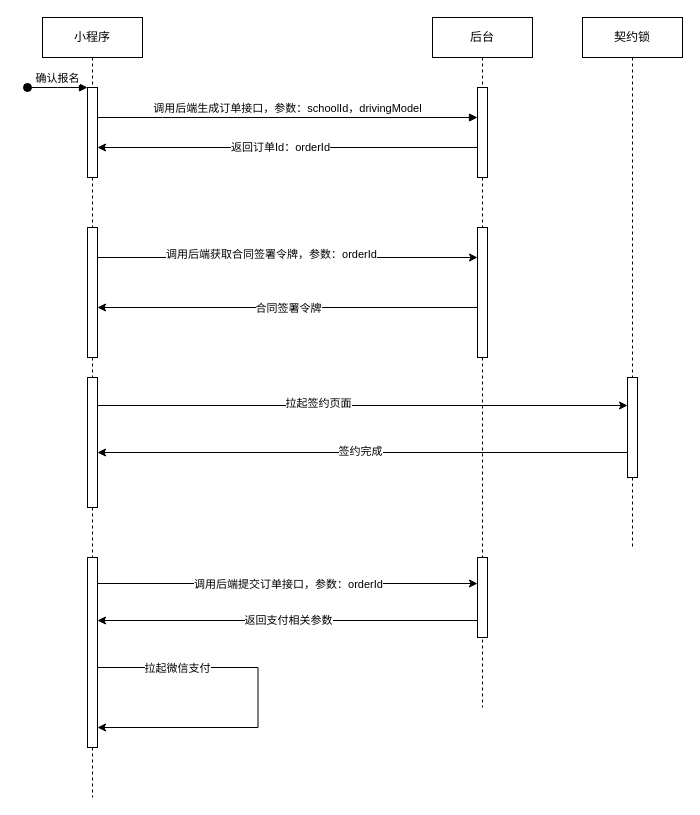
Above: 小程序端支付流程.drawio in ghappier/draw (draw.io), before the change. Source tidied: cells renumbered, new cells numbered last; positions are measured from the earlier drawing's top-left corner, leaving out a move shared by most shapes. Both pictures are drawn from the tidied source at 100%, with x=0, y=0 at pixel (27, 17).
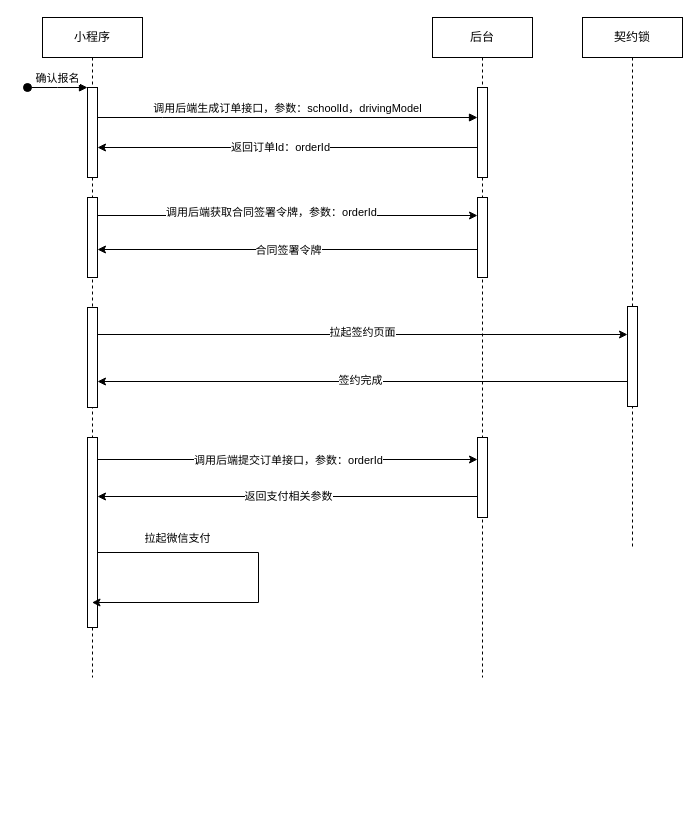
The same diagram, later.

Commit message (it also covers changes not shown here):
更新小程序端支付流程.drawio

The change refers to these unchanged cells:
```xml
<mxCell id="14" value="契约锁" style="shape=umlLifeline;perimeter=lifelinePerimeter;whiteSpace=wrap;html=1;newEdgeStyle={&quot;edgeStyle&quot;:&quot;elbowEdgeStyle&quot;,&quot;elbow&quot;:&quot;vertical&quot;,&quot;curved&quot;:0,&quot;rounded&quot;:0};" parent="1" vertex="1">
  <mxGeometry x="555" width="100" height="530" as="geometry" />
</mxCell>
```

What changed in the source:
```diff
@@
     <mxCell id="2" value="小程序" style="shape=umlLifeline;perimeter=lifelinePerimeter;whiteSpace=wrap;html=1;newEdgeStyle={&quot;edgeStyle&quot;:&quot;elbowEdgeStyle&quot;,&quot;elbow&quot;:&quot;vertical&quot;,&quot;curved&quot;:0,&quot;rounded&quot;:0};" parent="1" vertex="1">
-      <mxGeometry x="15" width="100" height="780" as="geometry" />
+      <mxGeometry x="15" width="100" height="660" as="geometry" />
     </mxCell>
@@
     <mxCell id="5" style="html=1;perimeter=orthogonalPerimeter;targetShapes=umlLifeline;newEdgeStyle={&quot;edgeStyle&quot;:&quot;elbowEdgeStyle&quot;,&quot;elbow&quot;:&quot;vertical&quot;,&quot;curved&quot;:0,&quot;rounded&quot;:0};" parent="2" vertex="1">
-      <mxGeometry x="45" y="360" width="10" height="130" as="geometry" />
+      <mxGeometry x="45" y="290" width="10" height="100" as="geometry" />
     </mxCell>
+    <mxCell id="16" style="html=1;perimeter=orthogonalPerimeter;targetShapes=umlLifeline;newEdgeStyle={&quot;edgeStyle&quot;:&quot;elbowEdgeStyle&quot;,&quot;elbow&quot;:&quot;vertical&quot;,&quot;curved&quot;:0,&quot;rounded&quot;:0};" parent="2" vertex="1">
+      <mxGeometry x="45" y="180" width="10" height="80" as="geometry" />
+    </mxCell>
     <mxCell id="6" value="后台" style="shape=umlLifeline;perimeter=lifelinePerimeter;whiteSpace=wrap;html=1;newEdgeStyle={&quot;edgeStyle&quot;:&quot;elbowEdgeStyle&quot;,&quot;elbow&quot;:&quot;vertical&quot;,&quot;curved&quot;:0,&quot;rounded&quot;:0};" parent="1" vertex="1">
-      <mxGeometry x="405" width="100" height="690" as="geometry" />
+      <mxGeometry x="405" width="100" height="660" as="geometry" />
     </mxCell>
@@
     <mxCell id="8" style="html=1;perimeter=orthogonalPerimeter;targetShapes=umlLifeline;newEdgeStyle={&quot;edgeStyle&quot;:&quot;elbowEdgeStyle&quot;,&quot;elbow&quot;:&quot;vertical&quot;,&quot;curved&quot;:0,&quot;rounded&quot;:0};" parent="6" vertex="1">
-      <mxGeometry x="45" y="540" width="10" height="80" as="geometry" />
+      <mxGeometry x="45" y="420" width="10" height="80" as="geometry" />
     </mxCell>
+    <mxCell id="17" style="html=1;perimeter=orthogonalPerimeter;targetShapes=umlLifeline;newEdgeStyle={&quot;edgeStyle&quot;:&quot;elbowEdgeStyle&quot;,&quot;elbow&quot;:&quot;vertical&quot;,&quot;curved&quot;:0,&quot;rounded&quot;:0};" parent="6" vertex="1">
+      <mxGeometry x="45" y="180" width="10" height="80" as="geometry" />
+    </mxCell>
@@
     <mxCell id="12" style="endArrow=classic;html=1;rounded=0;" parent="1" edge="1">
       <mxGeometry relative="1" as="geometry">
-        <mxPoint x="70" y="240" as="sourcePoint" />
-        <mxPoint x="450" y="240" as="targetPoint" />
+        <mxPoint x="70" y="198" as="sourcePoint" />
+        <mxPoint x="450" y="198" as="targetPoint" />
       </mxGeometry>
     </mxCell>
@@
     <mxCell id="15" style="html=1;points=[];perimeter=orthogonalPerimeter;outlineConnect=0;targetShapes=umlLifeline;portConstraint=eastwest;newEdgeStyle={&quot;edgeStyle&quot;:&quot;elbowEdgeStyle&quot;,&quot;elbow&quot;:&quot;vertical&quot;,&quot;curved&quot;:0,&quot;rounded&quot;:0};" parent="14" vertex="1">
-      <mxGeometry x="45" y="360" width="10" height="100" as="geometry" />
+      <mxGeometry x="45" y="289" width="10" height="100" as="geometry" />
     </mxCell>
-    <mxCell id="16" style="html=1;perimeter=orthogonalPerimeter;targetShapes=umlLifeline;newEdgeStyle={&quot;edgeStyle&quot;:&quot;elbowEdgeStyle&quot;,&quot;elbow&quot;:&quot;vertical&quot;,&quot;curved&quot;:0,&quot;rounded&quot;:0};" parent="1" vertex="1">
-      <mxGeometry x="60" y="210" width="10" height="130" as="geometry" />
-    </mxCell>
-    <mxCell id="17" style="html=1;perimeter=orthogonalPerimeter;targetShapes=umlLifeline;newEdgeStyle={&quot;edgeStyle&quot;:&quot;elbowEdgeStyle&quot;,&quot;elbow&quot;:&quot;vertical&quot;,&quot;curved&quot;:0,&quot;rounded&quot;:0};" parent="1" vertex="1">
-      <mxGeometry x="450" y="210" width="10" height="130" as="geometry" />
-    </mxCell>
     <mxCell id="18" style="endArrow=classic;html=1;rounded=0;" parent="1" edge="1">
       <mxGeometry relative="1" as="geometry">
-        <mxPoint x="450" y="290" as="sourcePoint" />
-        <mxPoint x="70" y="290" as="targetPoint" />
+        <mxPoint x="450" y="232" as="sourcePoint" />
+        <mxPoint x="70" y="232" as="targetPoint" />
       </mxGeometry>
     </mxCell>
@@
-    <mxCell id="20" style="endArrow=classic;html=1;rounded=0;" parent="1" edge="1" target="15">
+    <mxCell id="20" style="endArrow=classic;html=1;rounded=0;" parent="1" edge="1">
       <mxGeometry relative="1" as="geometry">
-        <mxPoint x="70" y="388" as="sourcePoint" />
+        <mxPoint x="70" y="317" as="sourcePoint" />
+        <mxPoint x="600" y="317" as="targetPoint" />
       </mxGeometry>
     </mxCell>
     <mxCell id="21" value="拉起签约页面" style="edgeLabel;html=1;align=center;verticalAlign=middle;" parent="20" vertex="1">
-      <mxGeometry x="-0.17" y="3" relative="1" as="geometry" />
+      <mxGeometry x="-0.17" y="3" relative="1" as="geometry">
+        <mxPoint x="44" as="offset" />
+      </mxGeometry>
     </mxCell>
     <mxCell id="22" style="endArrow=classic;html=1;rounded=0;" parent="1" edge="1">
       <mxGeometry relative="1" as="geometry">
-        <mxPoint x="600" y="435" as="sourcePoint" />
-        <mxPoint x="70" y="435" as="targetPoint" />
+        <mxPoint x="600" y="364" as="sourcePoint" />
+        <mxPoint x="70" y="364" as="targetPoint" />
       </mxGeometry>
     </mxCell>
@@
     <mxCell id="24" style="html=1;points=[];perimeter=orthogonalPerimeter;outlineConnect=0;targetShapes=umlLifeline;portConstraint=eastwest;newEdgeStyle={&quot;edgeStyle&quot;:&quot;elbowEdgeStyle&quot;,&quot;elbow&quot;:&quot;vertical&quot;,&quot;curved&quot;:0,&quot;rounded&quot;:0};" parent="1" vertex="1">
-      <mxGeometry x="60" y="540" width="10" height="190" as="geometry" />
+      <mxGeometry x="60" y="420" width="10" height="190" as="geometry" />
     </mxCell>
     <mxCell id="25" style="endArrow=classic;html=1;rounded=0;" parent="1" edge="1">
       <mxGeometry relative="1" as="geometry">
-        <mxPoint x="70" y="566" as="sourcePoint" />
-        <mxPoint x="450" y="566" as="targetPoint" />
+        <mxPoint x="70" y="442" as="sourcePoint" />
+        <mxPoint x="450" y="442" as="targetPoint" />
       </mxGeometry>
     </mxCell>
@@
     <mxCell id="27" style="endArrow=classic;html=1;rounded=0;" parent="1" edge="1">
       <mxGeometry relative="1" as="geometry">
-        <mxPoint x="450" y="603" as="sourcePoint" />
-        <mxPoint x="70" y="603" as="targetPoint" />
+        <mxPoint x="450" y="479" as="sourcePoint" />
+        <mxPoint x="70" y="479" as="targetPoint" />
       </mxGeometry>
     </mxCell>
@@
-    <mxCell id="29" style="endArrow=classic;html=1;rounded=0;exitX=1;exitY=0.579;exitDx=0;exitDy=0;exitPerimeter=0;" parent="1" edge="1" source="24">
+    <mxCell id="29" style="endArrow=classic;html=1;rounded=0;exitX=1;exitY=0.579;exitDx=0;exitDy=0;exitPerimeter=0;" parent="1" edge="1">
       <mxGeometry relative="1" as="geometry">
-        <mxPoint x="70" y="710" as="targetPoint" />
+        <mxPoint x="70" y="535" as="sourcePoint" />
+        <mxPoint x="64.5" y="585" as="targetPoint" />
         <Array as="points">
-          <mxPoint x="230.5" y="650" />
-          <mxPoint x="230.5" y="710" />
+          <mxPoint x="231" y="535" />
+          <mxPoint x="231" y="585" />
         </Array>
       </mxGeometry>
     </mxCell>
     <mxCell id="30" value="拉起微信支付" style="edgeLabel;html=1;align=center;verticalAlign=middle;" parent="29" vertex="1">
-      <mxGeometry x="-0.58" relative="1" as="geometry" />
+      <mxGeometry x="-0.58" relative="1" as="geometry">
+        <mxPoint y="-15" as="offset" />
+      </mxGeometry>
     </mxCell>
```
